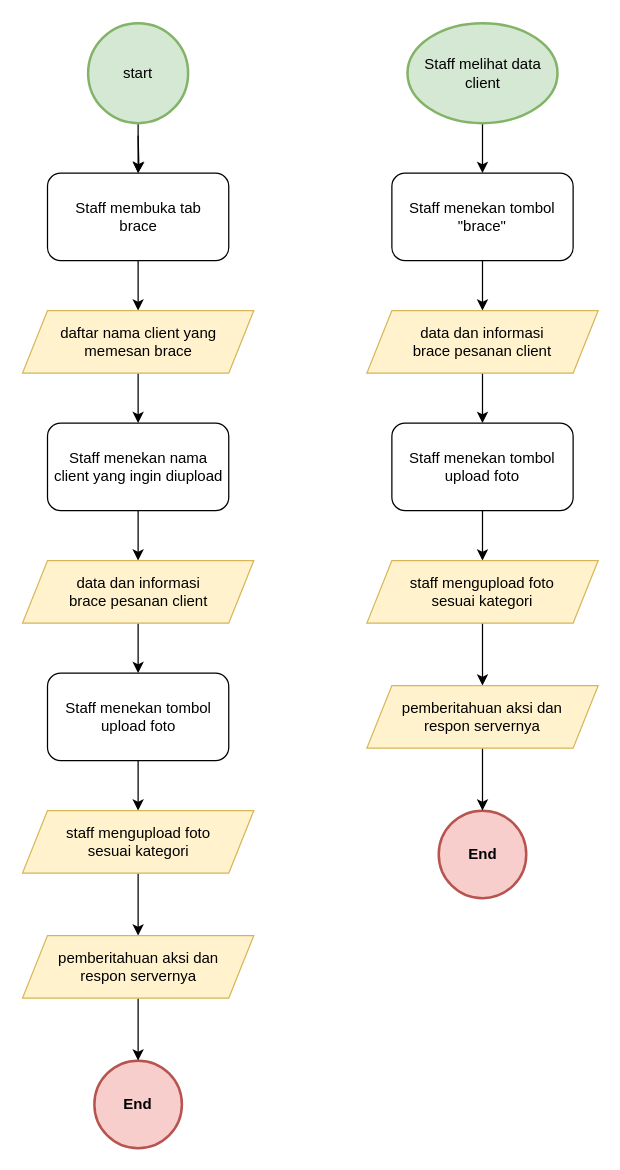
Above: diagrams/user_flow/staff_upload_progress_brace.drawio in SynergyStudioBandung/synergy_studio_docs (draw.io), before the change. Source tidied: cells renumbered, new cells numbered last; positions are measured from the earlier drawing's top-left corner, leaving out a move shared by most shapes. Both pictures are drawn from the tidied source at 125%, with x=0, y=0 at pixel (22, 22).
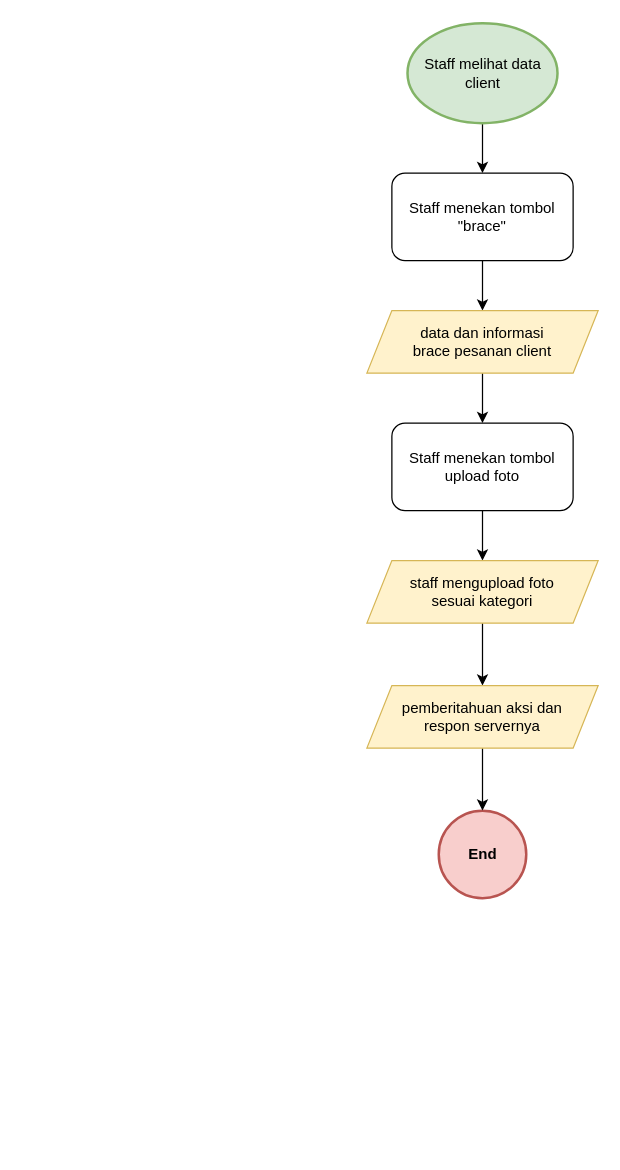
The same page after the edit.

Diff of the diagram source:
```diff
@@
-    <mxCell id="2" value="End" style="ellipse;whiteSpace=wrap;html=1;fillColor=#f8cecc;strokeColor=#b85450;fontStyle=1;strokeWidth=2;" parent="1" vertex="1">
-      <mxGeometry x="57" y="830" width="70" height="70" as="geometry" />
-    </mxCell>
-    <mxCell id="3" style="edgeStyle=orthogonalEdgeStyle;rounded=0;jettySize=auto;html=1;" parent="1" edge="1" target="5">
-      <mxGeometry relative="1" as="geometry">
-        <mxPoint x="92" y="90" as="sourcePoint" />
-      </mxGeometry>
-    </mxCell>
-    <mxCell id="4" style="edgeStyle=orthogonalEdgeStyle;rounded=0;jettySize=auto;html=1;" parent="1" edge="1" source="5" target="9">
-      <mxGeometry relative="1" as="geometry" />
-    </mxCell>
-    <mxCell id="5" value="Staff membuka tab&lt;br&gt;brace" style="rounded=1;whiteSpace=wrap;html=1;fontSize=12;glass=0;strokeWidth=1;shadow=0;" parent="1" vertex="1">
-      <mxGeometry x="19.5" y="120" width="145" height="70" as="geometry" />
-    </mxCell>
-    <mxCell id="6" style="edgeStyle=orthogonalEdgeStyle;rounded=0;jettySize=auto;html=1;" parent="1" edge="1" source="7" target="5">
-      <mxGeometry relative="1" as="geometry" />
-    </mxCell>
-    <mxCell id="7" value="start" style="ellipse;whiteSpace=wrap;html=1;fillColor=#d5e8d4;strokeColor=#82b366;strokeWidth=2;" parent="1" vertex="1">
-      <mxGeometry x="52" width="80" height="80" as="geometry" />
-    </mxCell>
-    <mxCell id="8" style="edgeStyle=orthogonalEdgeStyle;rounded=0;jettySize=auto;html=1;" parent="1" edge="1" source="9" target="13">
-      <mxGeometry relative="1" as="geometry" />
-    </mxCell>
-    <mxCell id="9" value="daftar nama client yang&lt;br&gt;memesan brace" style="shape=parallelogram;perimeter=parallelogramPerimeter;whiteSpace=wrap;html=1;fixedSize=1;strokeWidth=1;fillColor=#fff2cc;strokeColor=#d6b656;" parent="1" vertex="1">
-      <mxGeometry x="-0.5" y="230" width="185" height="50" as="geometry" />
-    </mxCell>
@@
-    <mxCell id="12" style="edgeStyle=orthogonalEdgeStyle;rounded=0;jettySize=auto;html=1;" parent="1" edge="1" source="13" target="15">
-      <mxGeometry relative="1" as="geometry" />
-    </mxCell>
-    <mxCell id="13" value="Staff menekan nama&lt;br&gt;client yang ingin diupload" style="rounded=1;whiteSpace=wrap;html=1;fontSize=12;glass=0;strokeWidth=1;shadow=0;" parent="1" vertex="1">
-      <mxGeometry x="19.5" y="320" width="145" height="70" as="geometry" />
-    </mxCell>
-    <mxCell id="14" style="edgeStyle=orthogonalEdgeStyle;rounded=0;jettySize=auto;html=1;" parent="1" edge="1" source="15" target="17">
-      <mxGeometry relative="1" as="geometry" />
-    </mxCell>
-    <mxCell id="15" value="data dan informasi&lt;br&gt;brace pesanan client" style="shape=parallelogram;perimeter=parallelogramPerimeter;whiteSpace=wrap;html=1;fixedSize=1;strokeWidth=1;fillColor=#fff2cc;strokeColor=#d6b656;" parent="1" vertex="1">
-      <mxGeometry x="-0.5" y="430" width="185" height="50" as="geometry" />
-    </mxCell>
-    <mxCell id="16" style="edgeStyle=orthogonalEdgeStyle;rounded=0;jettySize=auto;html=1;" parent="1" edge="1" source="17" target="19">
-      <mxGeometry relative="1" as="geometry" />
-    </mxCell>
-    <mxCell id="17" value="Staff menekan tombol&lt;br&gt;upload foto" style="rounded=1;whiteSpace=wrap;html=1;fontSize=12;glass=0;strokeWidth=1;shadow=0;" parent="1" vertex="1">
-      <mxGeometry x="19.5" y="520" width="145" height="70" as="geometry" />
-    </mxCell>
-    <mxCell id="18" style="edgeStyle=orthogonalEdgeStyle;rounded=0;jettySize=auto;html=1;" parent="1" edge="1" source="19" target="21">
-      <mxGeometry relative="1" as="geometry" />
-    </mxCell>
-    <mxCell id="19" value="staff mengupload foto&lt;br&gt;sesuai kategori" style="shape=parallelogram;perimeter=parallelogramPerimeter;whiteSpace=wrap;html=1;fixedSize=1;strokeWidth=1;fillColor=#fff2cc;strokeColor=#d6b656;" parent="1" vertex="1">
-      <mxGeometry x="-0.5" y="630" width="185" height="50" as="geometry" />
-    </mxCell>
-    <mxCell id="20" style="edgeStyle=orthogonalEdgeStyle;rounded=0;jettySize=auto;html=1;" parent="1" edge="1" source="21" target="2">
-      <mxGeometry relative="1" as="geometry" />
-    </mxCell>
-    <mxCell id="21" value="pemberitahuan aksi dan&lt;br&gt;respon servernya" style="shape=parallelogram;perimeter=parallelogramPerimeter;whiteSpace=wrap;html=1;fixedSize=1;strokeWidth=1;fillColor=#fff2cc;strokeColor=#d6b656;" parent="1" vertex="1">
-      <mxGeometry x="-0.5" y="730" width="185" height="50" as="geometry" />
-    </mxCell>
```
